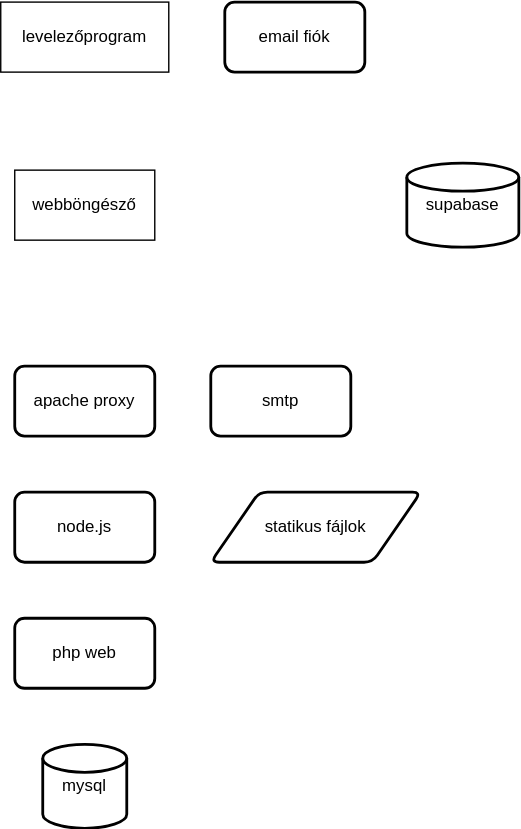
boczpeter/notes keeps this draw.io diagram as skanzen-folyamatábra.svg. Above is the earlier version. Source tidied: cells renumbered, new cells last; positions are measured from the earlier drawing's top-left corner, leaving out a move shared by most shapes.
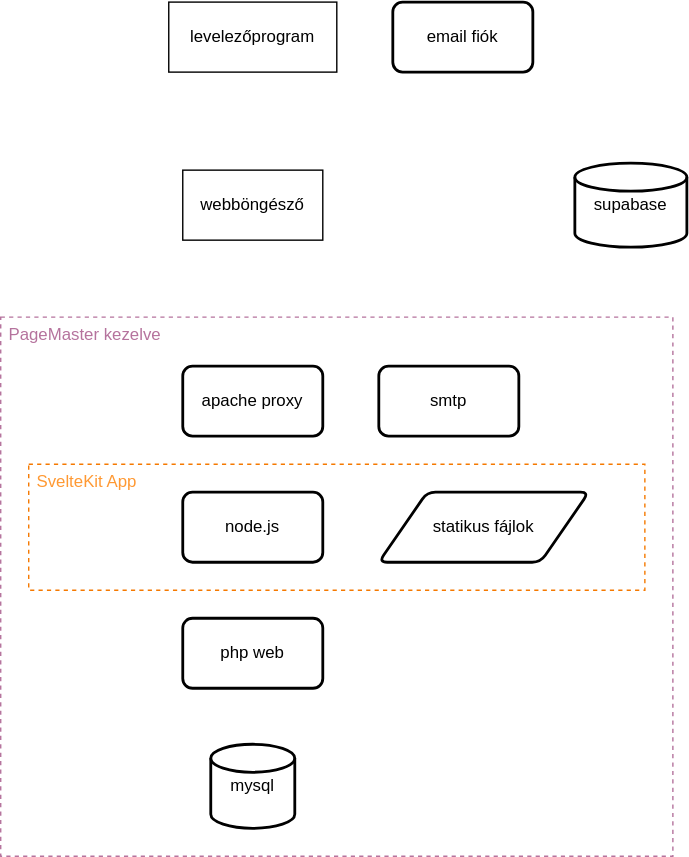
After the commit.

What changed in the source:
```diff
@@ -2,6 +2,9 @@
   <root>
     <mxCell id="0" />
     <mxCell id="1" parent="0" />
+    <mxCell id="12" value="&lt;div&gt;SvelteKit App&lt;br&gt;&lt;/div&gt;" style="rounded=0;whiteSpace=wrap;html=1;dashed=1;align=left;verticalAlign=top;labelBackgroundColor=none;spacing=1;spacingLeft=5;fillColor=none;strokeColor=#f57900;fontColor=#FF9933;" parent="1" vertex="1">
+      <mxGeometry x="-100" y="330" width="440" height="90" as="geometry" />
+    </mxCell>
     <mxCell id="2" value="php web" style="rounded=1;whiteSpace=wrap;html=1;absoluteArcSize=1;arcSize=14;strokeWidth=2;" parent="1" vertex="1">
       <mxGeometry x="10" y="440" width="100" height="50" as="geometry" />
     </mxCell>
@@ -32,5 +35,8 @@
     <mxCell id="11" value="email fiók" style="rounded=1;whiteSpace=wrap;html=1;absoluteArcSize=1;arcSize=14;strokeWidth=2;" parent="1" vertex="1">
       <mxGeometry x="160" width="100" height="50" as="geometry" />
     </mxCell>
+    <mxCell id="13" value="&lt;div&gt;PageMaster kezelve&lt;br&gt;&lt;/div&gt;" style="rounded=0;whiteSpace=wrap;html=1;dashed=1;align=left;verticalAlign=top;labelBackgroundColor=none;spacing=1;spacingLeft=5;fillColor=none;strokeColor=#B5739D;fontColor=#B5739D;labelBorderColor=none;" parent="1" vertex="1">
+      <mxGeometry x="-120" y="225" width="480" height="385" as="geometry" />
+    </mxCell>
   </root>
 </mxGraphModel>
```
